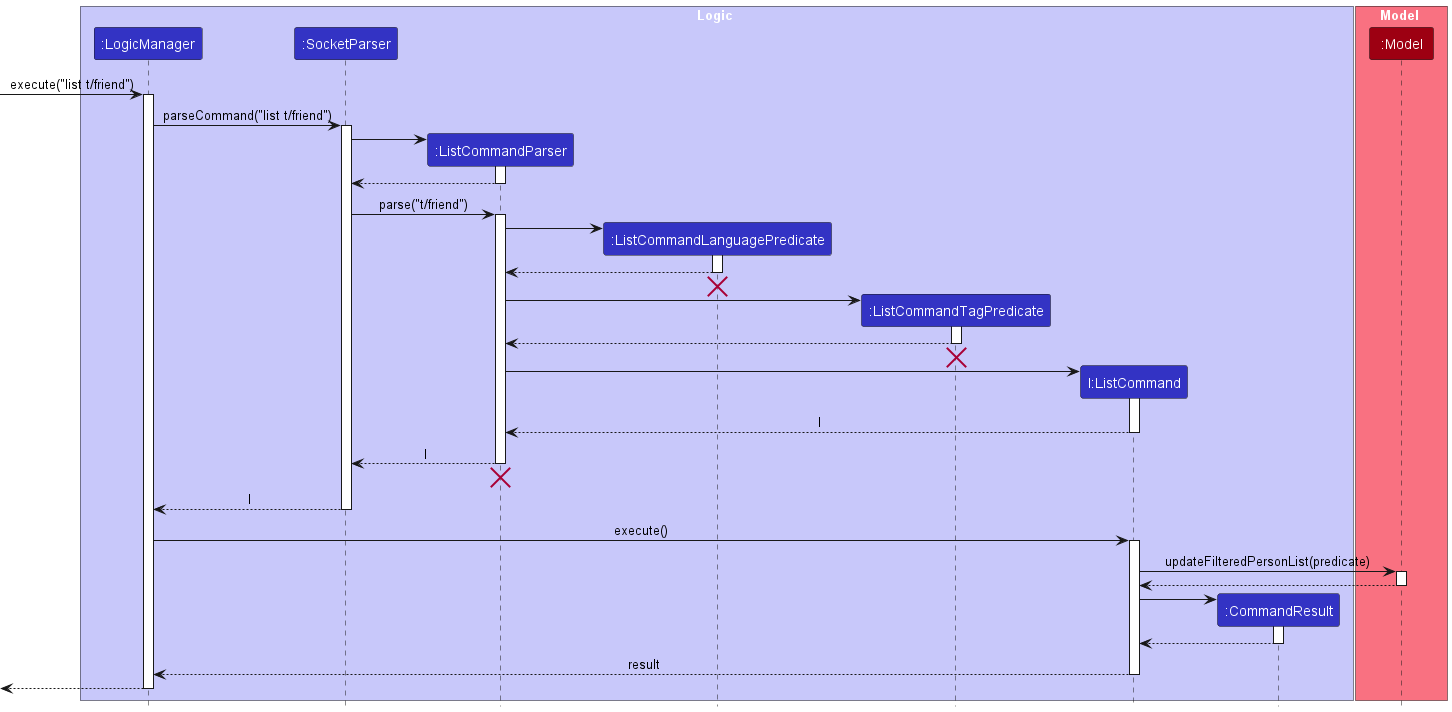
Before: docs/images/ListSequenceDiagram.png, a diagram exported from PlantUML (nus-cs2103-AY2223S2/tp).
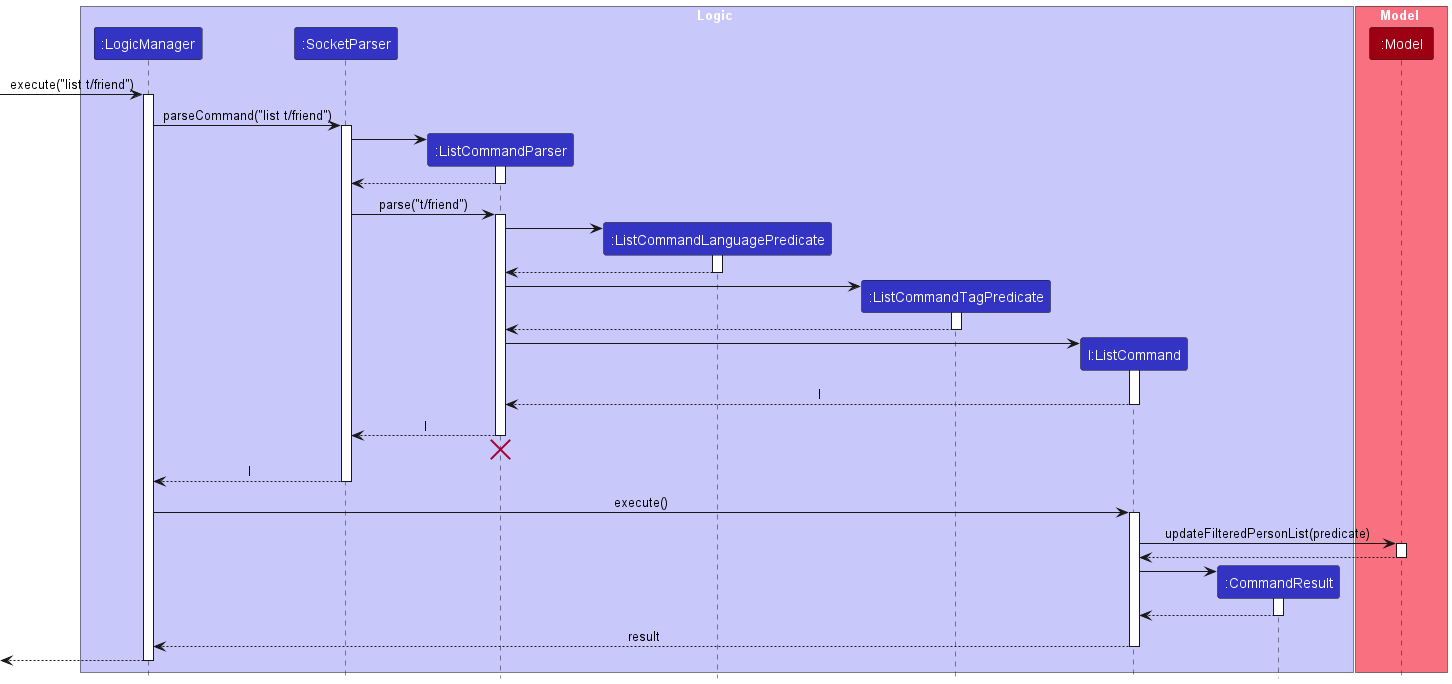
After the change.

Commit message:
edit list uml diagram

What changed in the source:
```diff
@@ -38,8 +38,6 @@
 ListCommandLanguagePredicate --> ListCommandParser
 deactivate ListCommandLanguagePredicate
 
-ListCommandLanguagePredicate -[hidden]-> ListCommandParser
-destroy ListCommandLanguagePredicate
 
 create ListCommandTagPredicate
 ListCommandParser-> ListCommandTagPredicate
@@ -47,8 +45,6 @@
 
 ListCommandTagPredicate --> ListCommandParser
 deactivate ListCommandTagPredicate
-ListCommandTagPredicate -[hidden]-> ListCommandParser
-destroy ListCommandTagPredicate
 
 create ListCommand
 ListCommandParser -> ListCommand
```
